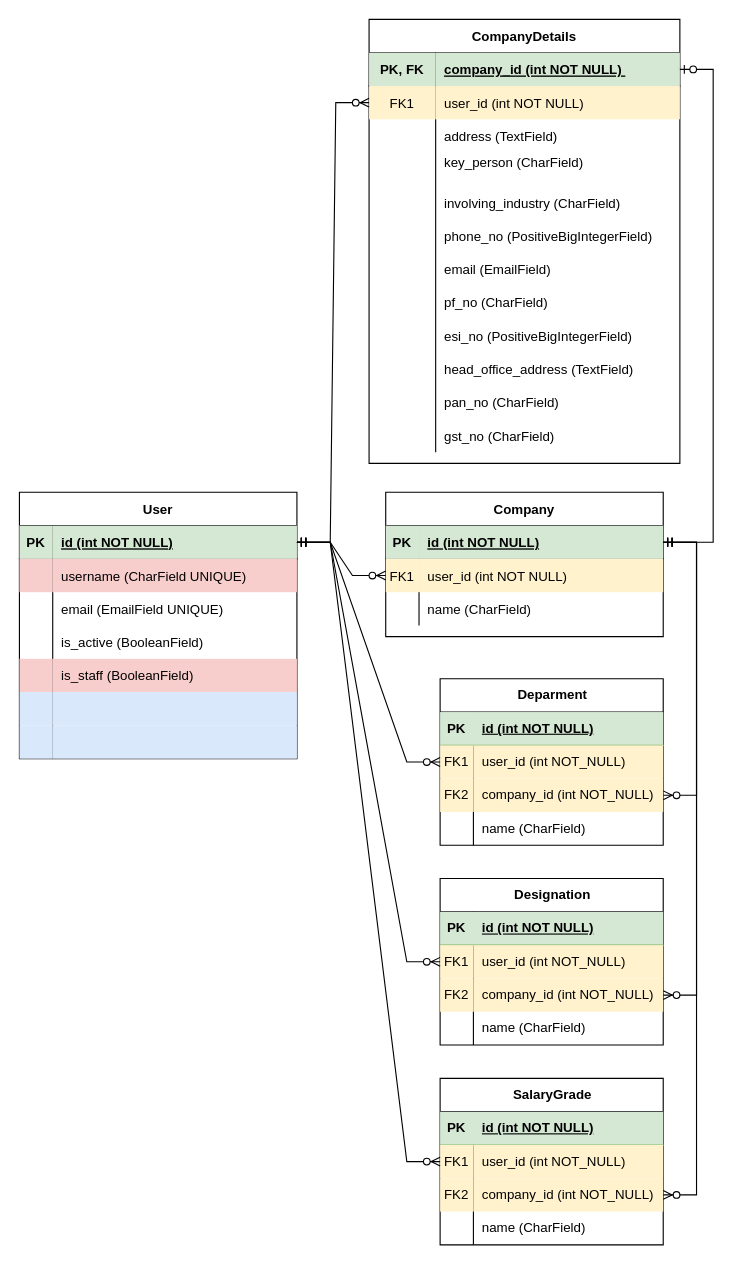
Earlier version of the draw.io diagram DB_diagram.drawio (naruto4999/payroll-system). Source tidied: cells renumbered, new cells numbered last; positions are measured from the earlier drawing's top-left corner, leaving out a move shared by most shapes. Both pictures are drawn from the tidied source at 111%, with x=0, y=0 at pixel (19, 19).
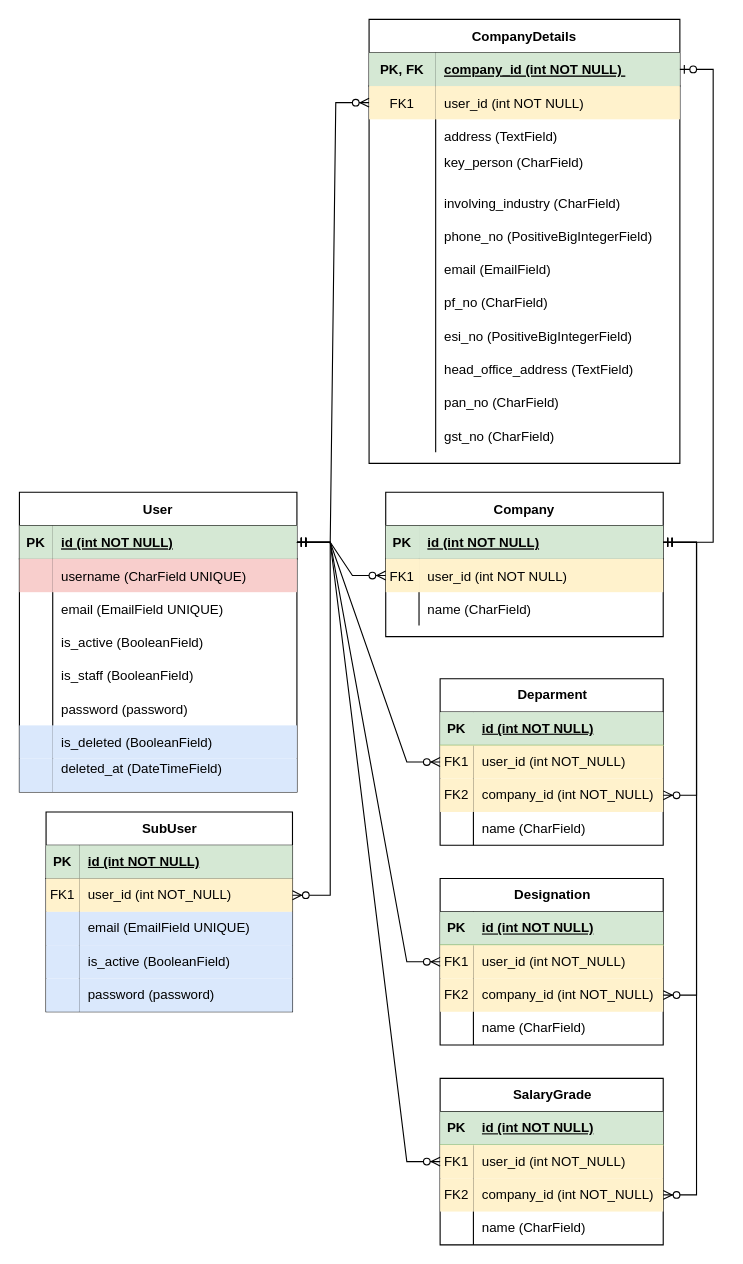
After the change.

Unchanged cells that the change refers to:
```xml
<mxCell id="50" style="shape=partialRectangle;fillColor=none;points=[[0,0.5],[1,0.5]];portConstraint=eastwest;top=0;left=0;right=0;bottom=1;" parent="49" vertex="1">
  <mxGeometry y="30" width="250" height="30" as="geometry" />
</mxCell>
<mxCell id="62" style="shape=partialRectangle;fillColor=none;top=0;left=0;right=0;bottom=0;" parent="49" vertex="1">
  <mxGeometry y="150" width="250" height="30" as="geometry" />
</mxCell>
<mxCell id="65" style="shape=partialRectangle;fillColor=none;top=0;left=0;right=0;bottom=0;" parent="49" vertex="1">
  <mxGeometry y="180" width="250" height="30" as="geometry" />
</mxCell>
<mxCell id="68" style="shape=partialRectangle;fillColor=none;top=0;left=0;right=0;bottom=0;" parent="49" vertex="1">
  <mxGeometry y="210" width="250" height="30" as="geometry" />
</mxCell>
```

The edit, as a diff of the source:
```diff
@@
     <mxCell id="49" value="User" style="shape=table;startSize=30;childLayout=tableLayout;rowLines=0;fontStyle=1;align=center;" parent="1" vertex="1">
-      <mxGeometry y="426" width="250" height="240" as="geometry" />
+      <mxGeometry y="426" width="250" height="270" as="geometry" />
     </mxCell>
@@
-    <mxCell id="63" style="shape=partialRectangle;overflow=hidden;fillColor=#f8cecc;top=0;left=0;bottom=0;right=0;strokeColor=#b85450;" parent="62" vertex="1">
+    <mxCell id="63" style="shape=partialRectangle;overflow=hidden;fillColor=none;top=0;left=0;bottom=0;right=0;strokeColor=#b85450;" parent="62" vertex="1">
       <mxGeometry width="30" height="30" as="geometry" />
     </mxCell>
-    <mxCell id="64" value="is_staff (BooleanField)" style="shape=partialRectangle;overflow=hidden;fillColor=#f8cecc;top=0;left=0;bottom=0;right=0;align=left;spacingLeft=6;strokeColor=#b85450;" parent="62" vertex="1">
+    <mxCell id="64" value="is_staff (BooleanField)" style="shape=partialRectangle;overflow=hidden;fillColor=none;top=0;left=0;bottom=0;right=0;align=left;spacingLeft=6;strokeColor=#b85450;" parent="62" vertex="1">
       <mxGeometry x="30" width="220" height="30" as="geometry" />
     </mxCell>
@@
-    <mxCell id="66" style="shape=partialRectangle;overflow=hidden;top=0;left=0;bottom=0;right=0;fillColor=#dae8fc;strokeColor=#6c8ebf;" parent="65" vertex="1">
-      <mxGeometry width="30" height="30" as="geometry" />
-    </mxCell>
-    <mxCell id="67" style="shape=partialRectangle;overflow=hidden;top=0;left=0;bottom=0;right=0;align=left;spacingLeft=6;strokeColor=#6c8ebf;fillColor=#dae8fc;" parent="65" vertex="1">
-      <mxGeometry x="30" width="220" height="30" as="geometry" />
-    </mxCell>
+    <mxCell id="119" style="shape=partialRectangle;overflow=hidden;fillColor=none;top=0;left=0;bottom=0;right=0;strokeColor=#6c8ebf;" parent="65" vertex="1">
+      <mxGeometry width="30" height="30" as="geometry" />
+    </mxCell>
+    <mxCell id="120" value="password (password)" style="shape=partialRectangle;overflow=hidden;fillColor=none;top=0;left=0;bottom=0;right=0;align=left;spacingLeft=6;strokeColor=#6c8ebf;" parent="65" vertex="1">
+      <mxGeometry x="30" width="220" height="30" as="geometry" />
+    </mxCell>
@@
-    <mxCell id="69" style="shape=partialRectangle;overflow=hidden;top=0;left=0;bottom=0;right=0;fillColor=#dae8fc;strokeColor=#6c8ebf;" parent="68" vertex="1">
-      <mxGeometry width="30" height="30" as="geometry" />
-    </mxCell>
-    <mxCell id="70" style="shape=partialRectangle;overflow=hidden;top=0;left=0;bottom=0;right=0;align=left;spacingLeft=6;fillColor=#dae8fc;strokeColor=#6c8ebf;" parent="68" vertex="1">
-      <mxGeometry x="30" width="220" height="30" as="geometry" />
-    </mxCell>
+    <mxCell id="121" style="shape=partialRectangle;overflow=hidden;fillColor=#dae8fc;top=0;left=0;bottom=0;right=0;strokeColor=#6c8ebf;" parent="68" vertex="1">
+      <mxGeometry width="30" height="30" as="geometry" />
+    </mxCell>
+    <mxCell id="122" value="is_deleted (BooleanField)" style="shape=partialRectangle;overflow=hidden;fillColor=#dae8fc;top=0;left=0;bottom=0;right=0;align=left;spacingLeft=6;strokeColor=#6c8ebf;" parent="68" vertex="1">
+      <mxGeometry x="30" width="220" height="30" as="geometry" />
+    </mxCell>
+    <mxCell id="123" style="shape=partialRectangle;fillColor=none;top=0;left=0;right=0;bottom=0;" parent="49" vertex="1">
+      <mxGeometry y="240" width="250" height="30" as="geometry" />
+    </mxCell>
+    <mxCell id="124" style="shape=partialRectangle;overflow=hidden;fillColor=#dae8fc;top=0;left=0;bottom=0;right=0;strokeColor=#6c8ebf;" parent="123" vertex="1">
+      <mxGeometry width="30" height="30" as="geometry" />
+    </mxCell>
+    <mxCell id="125" value="deleted_at (DateTimeField)&#10;" style="shape=partialRectangle;overflow=hidden;fillColor=#dae8fc;top=0;left=0;bottom=0;right=0;align=left;spacingLeft=6;strokeColor=#6c8ebf;" parent="123" vertex="1">
+      <mxGeometry x="30" width="220" height="30" as="geometry" />
+    </mxCell>
@@
+    <mxCell id="126" value="SubUser" style="shape=table;startSize=30;childLayout=tableLayout;rowLines=0;fontStyle=1;align=center;html=1;" parent="1" vertex="1">
+      <mxGeometry x="24" y="714" width="222" height="180" as="geometry" />
+    </mxCell>
+    <mxCell id="127" style="shape=tableRow;horizontal=0;startSize=0;swimlaneHead=0;swimlaneBody=0;fillColor=none;top=0;left=0;right=0;bottom=1;" parent="126" vertex="1">
+      <mxGeometry y="30" width="222" height="30" as="geometry" />
+    </mxCell>
+    <mxCell id="128" value="PK" style="shape=partialRectangle;fillColor=#d5e8d4;top=0;left=0;bottom=0;right=0;fontStyle=1;overflow=hidden;whiteSpace=wrap;html=1;strokeColor=#82b366;" parent="127" vertex="1">
+      <mxGeometry width="30" height="30" as="geometry" />
+    </mxCell>
+    <mxCell id="129" value="id (int NOT NULL)" style="shape=partialRectangle;fillColor=#d5e8d4;top=0;left=0;bottom=0;right=0;align=left;spacingLeft=6;fontStyle=5;overflow=hidden;whiteSpace=wrap;html=1;strokeColor=#82b366;" parent="127" vertex="1">
+      <mxGeometry x="30" width="192" height="30" as="geometry" />
+    </mxCell>
+    <mxCell id="130" style="shape=tableRow;horizontal=0;startSize=0;swimlaneHead=0;swimlaneBody=0;fillColor=none;points=[[0,0.5],[1,0.5]];portConstraint=eastwest;top=0;left=0;right=0;bottom=0;" parent="126" vertex="1">
+      <mxGeometry y="60" width="222" height="30" as="geometry" />
+    </mxCell>
+    <mxCell id="131" value="FK1" style="shape=partialRectangle;fillColor=#fff2cc;top=0;left=0;bottom=0;right=0;overflow=hidden;whiteSpace=wrap;html=1;strokeColor=#d6b656;" parent="130" vertex="1">
+      <mxGeometry width="30" height="30" as="geometry" />
+    </mxCell>
+    <mxCell id="132" value="user_id (int NOT_NULL)" style="shape=partialRectangle;fillColor=#fff2cc;top=0;left=0;bottom=0;right=0;align=left;spacingLeft=6;overflow=hidden;whiteSpace=wrap;html=1;strokeColor=#d6b656;" parent="130" vertex="1">
+      <mxGeometry x="30" width="192" height="30" as="geometry" />
+    </mxCell>
+    <mxCell id="133" style="shape=tableRow;horizontal=0;startSize=0;swimlaneHead=0;swimlaneBody=0;fillColor=none;top=0;left=0;right=0;bottom=0;" parent="126" vertex="1">
+      <mxGeometry y="90" width="222" height="30" as="geometry" />
+    </mxCell>
+    <mxCell id="134" style="shape=partialRectangle;fillColor=#dae8fc;top=0;left=0;bottom=0;right=0;overflow=hidden;whiteSpace=wrap;html=1;strokeColor=#6c8ebf;" parent="133" vertex="1">
+      <mxGeometry width="30" height="30" as="geometry" />
+    </mxCell>
+    <mxCell id="135" value="email (EmailField UNIQUE)" style="shape=partialRectangle;fillColor=#dae8fc;top=0;left=0;bottom=0;right=0;align=left;spacingLeft=6;overflow=hidden;whiteSpace=wrap;html=1;strokeColor=#6c8ebf;" parent="133" vertex="1">
+      <mxGeometry x="30" width="192" height="30" as="geometry" />
+    </mxCell>
+    <mxCell id="136" style="shape=tableRow;horizontal=0;startSize=0;swimlaneHead=0;swimlaneBody=0;fillColor=none;top=0;left=0;right=0;bottom=0;" parent="126" vertex="1">
+      <mxGeometry y="120" width="222" height="30" as="geometry" />
+    </mxCell>
+    <mxCell id="137" style="shape=partialRectangle;fillColor=#dae8fc;top=0;left=0;bottom=0;right=0;overflow=hidden;whiteSpace=wrap;html=1;strokeColor=#6c8ebf;" parent="136" vertex="1">
+      <mxGeometry width="30" height="30" as="geometry" />
+    </mxCell>
+    <mxCell id="138" value="is_active (BooleanField)" style="shape=partialRectangle;fillColor=#dae8fc;top=0;left=0;bottom=0;right=0;align=left;spacingLeft=6;overflow=hidden;whiteSpace=wrap;html=1;strokeColor=#6c8ebf;" parent="136" vertex="1">
+      <mxGeometry x="30" width="192" height="30" as="geometry" />
+    </mxCell>
+    <mxCell id="139" style="shape=tableRow;horizontal=0;startSize=0;swimlaneHead=0;swimlaneBody=0;fillColor=none;top=0;left=0;right=0;bottom=0;" parent="126" vertex="1">
+      <mxGeometry y="150" width="222" height="30" as="geometry" />
+    </mxCell>
+    <mxCell id="140" style="shape=partialRectangle;fillColor=#dae8fc;top=0;left=0;bottom=0;right=0;overflow=hidden;whiteSpace=wrap;html=1;strokeColor=#6c8ebf;" parent="139" vertex="1">
+      <mxGeometry width="30" height="30" as="geometry" />
+    </mxCell>
+    <mxCell id="141" value="password (password)" style="shape=partialRectangle;fillColor=#dae8fc;top=0;left=0;bottom=0;right=0;align=left;spacingLeft=6;overflow=hidden;whiteSpace=wrap;html=1;strokeColor=#6c8ebf;" parent="139" vertex="1">
+      <mxGeometry x="30" width="192" height="30" as="geometry" />
+    </mxCell>
+    <mxCell id="142" style="edgeStyle=entityRelationEdgeStyle;fontSize=12;html=1;endArrow=ERzeroToMany;startArrow=ERmandOne;rounded=0;" parent="1" edge="1" source="50" target="130">
+      <mxGeometry relative="1" as="geometry" />
+    </mxCell>
```
